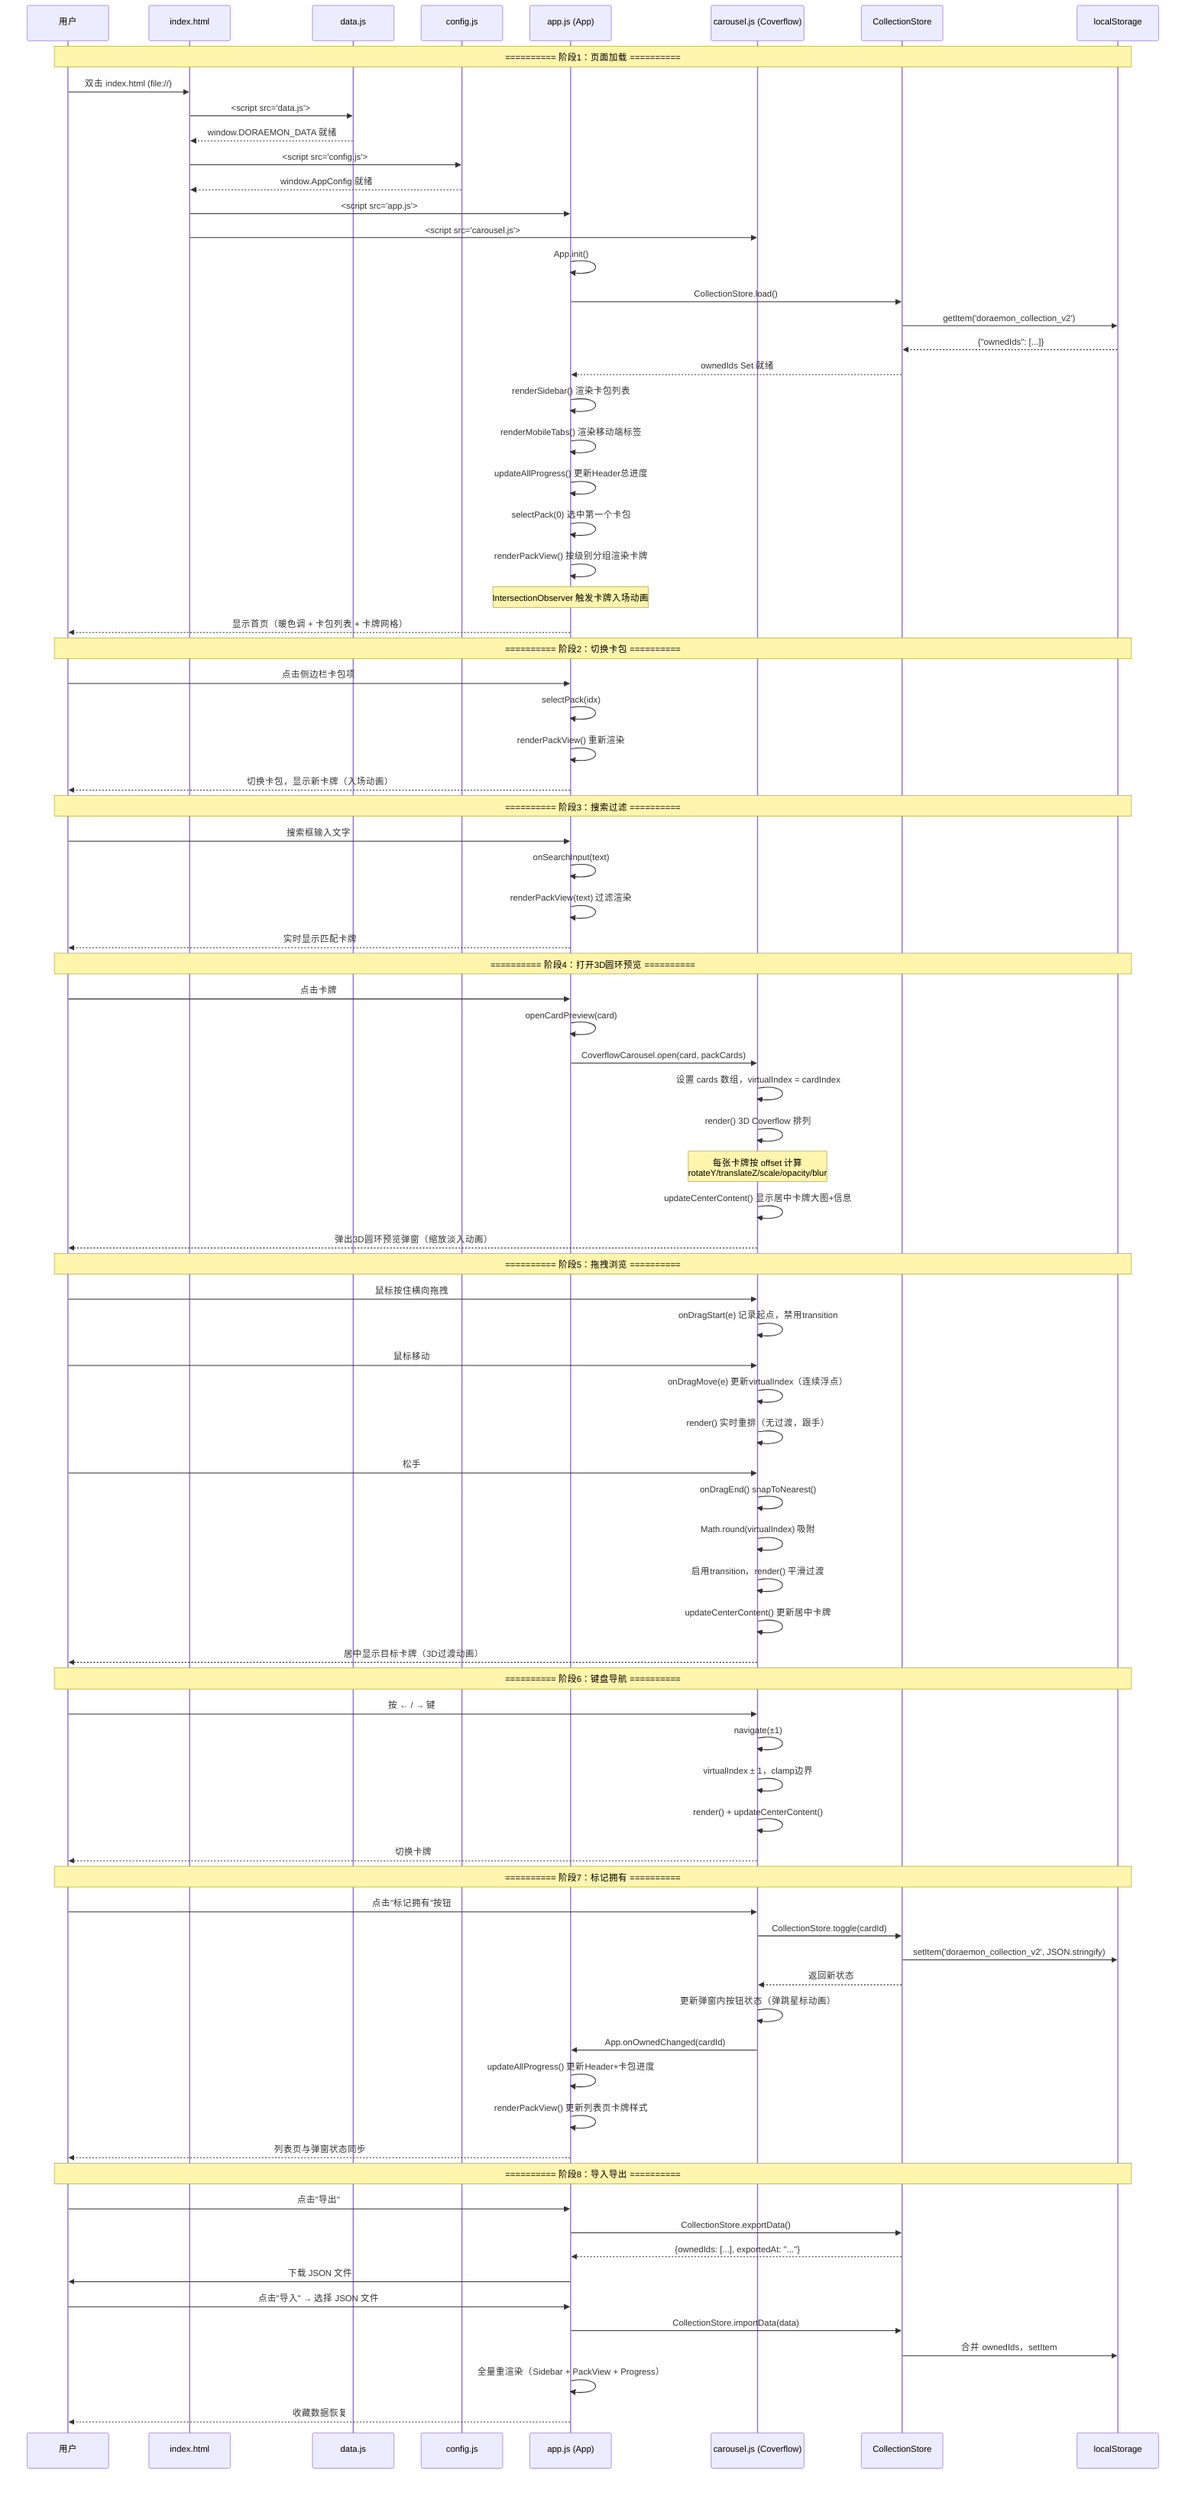
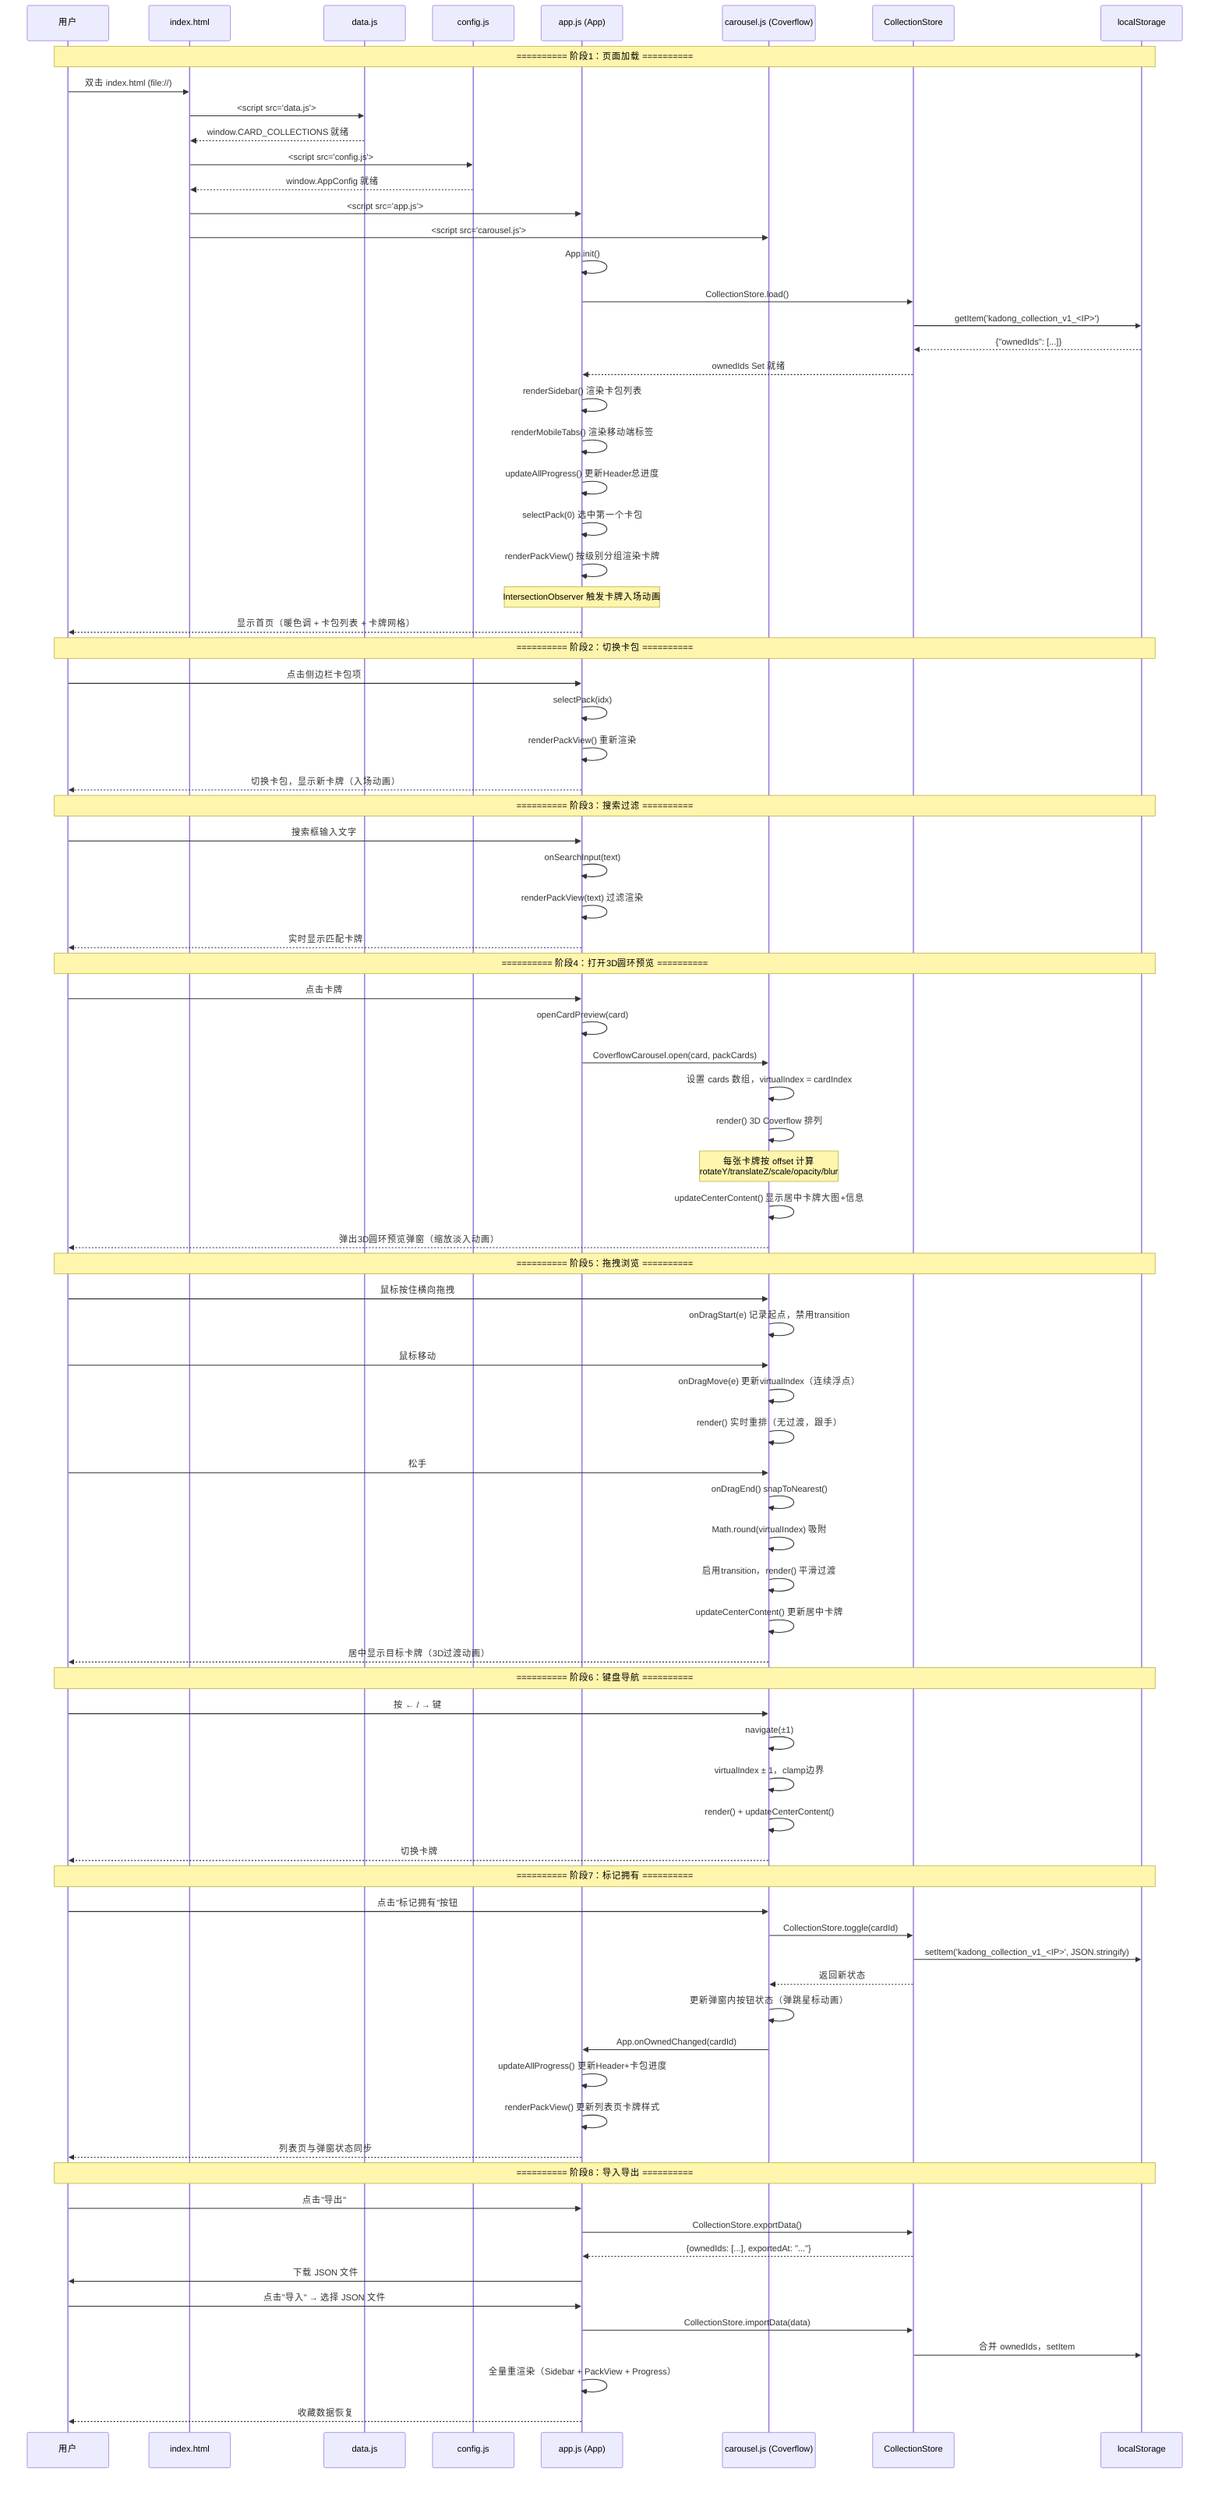
sequenceDiagram
    participant User as 用户
    participant HTML as index.html
    participant DataJS as data.js
    participant Config as config.js
    participant App as app.js (App)
    participant Carousel as carousel.js (Coverflow)
    participant Store as CollectionStore
    participant LS as localStorage

    Note over User,LS: ========== 阶段1：页面加载 ==========
    User->>HTML: 双击 index.html (file://)
    HTML->>DataJS: <script src="data.js">
-     DataJS-->>HTML: window.DORAEMON_DATA 就绪
+     DataJS-->>HTML: window.CARD_COLLECTIONS 就绪
    HTML->>Config: <script src="config.js">
    Config-->>HTML: window.AppConfig 就绪
    HTML->>App: <script src="app.js">
    HTML->>Carousel: <script src="carousel.js">
    App->>App: App.init()
    App->>Store: CollectionStore.load()
-     Store->>LS: getItem('doraemon_collection_v2')
+     Store->>LS: getItem('kadong_collection_v1_<IP>')
    LS-->>Store: {"ownedIds": [...]}
    Store-->>App: ownedIds Set 就绪

    App->>App: renderSidebar() 渲染卡包列表
    App->>App: renderMobileTabs() 渲染移动端标签
    App->>App: updateAllProgress() 更新Header总进度
    App->>App: selectPack(0) 选中第一个卡包
    App->>App: renderPackView() 按级别分组渲染卡牌
    Note over App: IntersectionObserver 触发卡牌入场动画
    App-->>User: 显示首页（暖色调 + 卡包列表 + 卡牌网格）

    Note over User,LS: ========== 阶段2：切换卡包 ==========
    User->>App: 点击侧边栏卡包项
    App->>App: selectPack(idx)
    App->>App: renderPackView() 重新渲染
    App-->>User: 切换卡包，显示新卡牌（入场动画）

    Note over User,LS: ========== 阶段3：搜索过滤 ==========
    User->>App: 搜索框输入文字
    App->>App: onSearchInput(text)
    App->>App: renderPackView(text) 过滤渲染
    App-->>User: 实时显示匹配卡牌

    Note over User,LS: ========== 阶段4：打开3D圆环预览 ==========
    User->>App: 点击卡牌
    App->>App: openCardPreview(card)
    App->>Carousel: CoverflowCarousel.open(card, packCards)
    Carousel->>Carousel: 设置 cards 数组，virtualIndex = cardIndex
    Carousel->>Carousel: render() 3D Coverflow 排列
    Note over Carousel: 每张卡牌按 offset 计算<br/>rotateY/translateZ/scale/opacity/blur
    Carousel->>Carousel: updateCenterContent() 显示居中卡牌大图+信息
    Carousel-->>User: 弹出3D圆环预览弹窗（缩放淡入动画）

    Note over User,LS: ========== 阶段5：拖拽浏览 ==========
    User->>Carousel: 鼠标按住横向拖拽
    Carousel->>Carousel: onDragStart(e) 记录起点，禁用transition
    User->>Carousel: 鼠标移动
    Carousel->>Carousel: onDragMove(e) 更新virtualIndex（连续浮点）
    Carousel->>Carousel: render() 实时重排（无过渡，跟手）
    User->>Carousel: 松手
    Carousel->>Carousel: onDragEnd() snapToNearest()
    Carousel->>Carousel: Math.round(virtualIndex) 吸附
    Carousel->>Carousel: 启用transition，render() 平滑过渡
    Carousel->>Carousel: updateCenterContent() 更新居中卡牌
    Carousel-->>User: 居中显示目标卡牌（3D过渡动画）

    Note over User,LS: ========== 阶段6：键盘导航 ==========
    User->>Carousel: 按 ← / → 键
    Carousel->>Carousel: navigate(±1)
    Carousel->>Carousel: virtualIndex ± 1，clamp边界
    Carousel->>Carousel: render() + updateCenterContent()
    Carousel-->>User: 切换卡牌

    Note over User,LS: ========== 阶段7：标记拥有 ==========
    User->>Carousel: 点击"标记拥有"按钮
    Carousel->>Store: CollectionStore.toggle(cardId)
-     Store->>LS: setItem('doraemon_collection_v2', JSON.stringify)
+     Store->>LS: setItem('kadong_collection_v1_<IP>', JSON.stringify)
    Store-->>Carousel: 返回新状态
    Carousel->>Carousel: 更新弹窗内按钮状态（弹跳星标动画）
    Carousel->>App: App.onOwnedChanged(cardId)
    App->>App: updateAllProgress() 更新Header+卡包进度
    App->>App: renderPackView() 更新列表页卡牌样式
    App-->>User: 列表页与弹窗状态同步

    Note over User,LS: ========== 阶段8：导入导出 ==========
    User->>App: 点击"导出"
    App->>Store: CollectionStore.exportData()
    Store-->>App: {ownedIds: [...], exportedAt: "..."}
    App->>User: 下载 JSON 文件

    User->>App: 点击"导入" → 选择 JSON 文件
    App->>Store: CollectionStore.importData(data)
    Store->>LS: 合并 ownedIds，setItem
    App->>App: 全量重渲染（Sidebar + PackView + Progress）
    App-->>User: 收藏数据恢复
